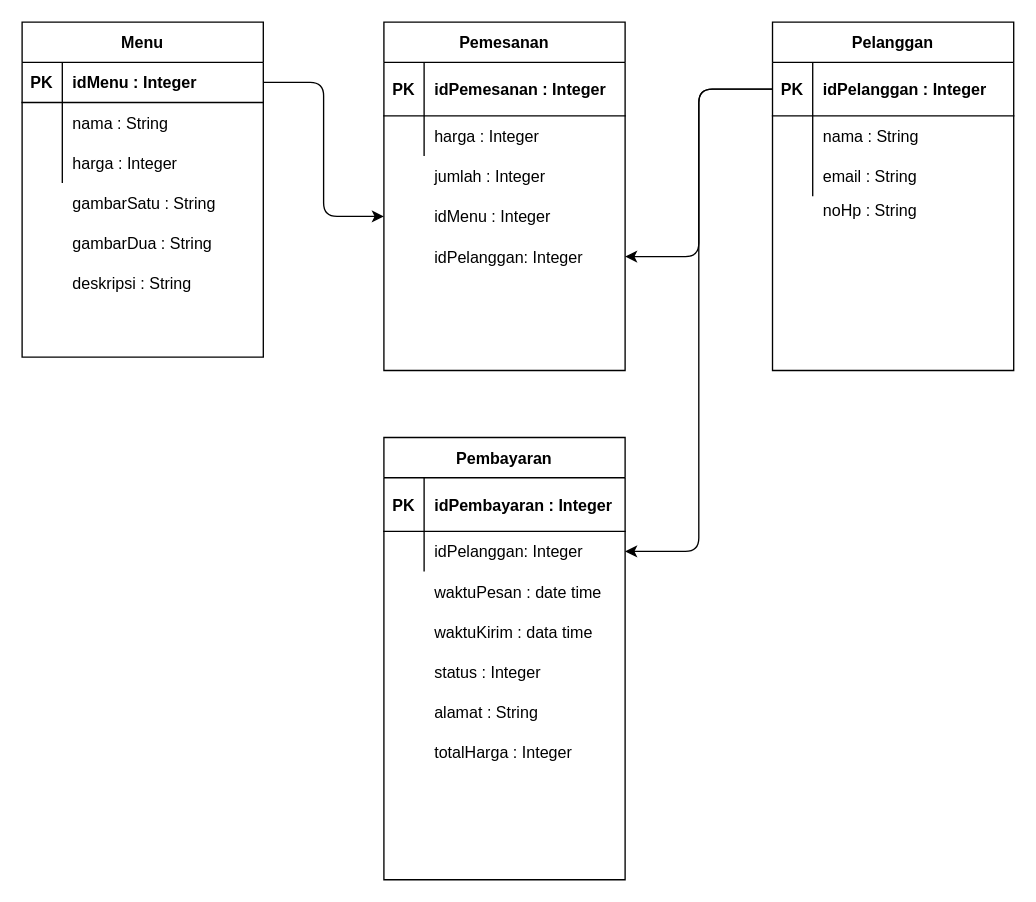
Above: page "TABLE" (3 of 3) of catering-master.drawio in osak22/kuro (draw.io), before the change. Source tidied: cells renumbered, new cells numbered last; positions are measured from the earlier drawing's top-left corner, leaving out a move shared by most shapes. Both pictures are drawn from the tidied source at 134%, with x=0, y=0 at pixel (21, 21).
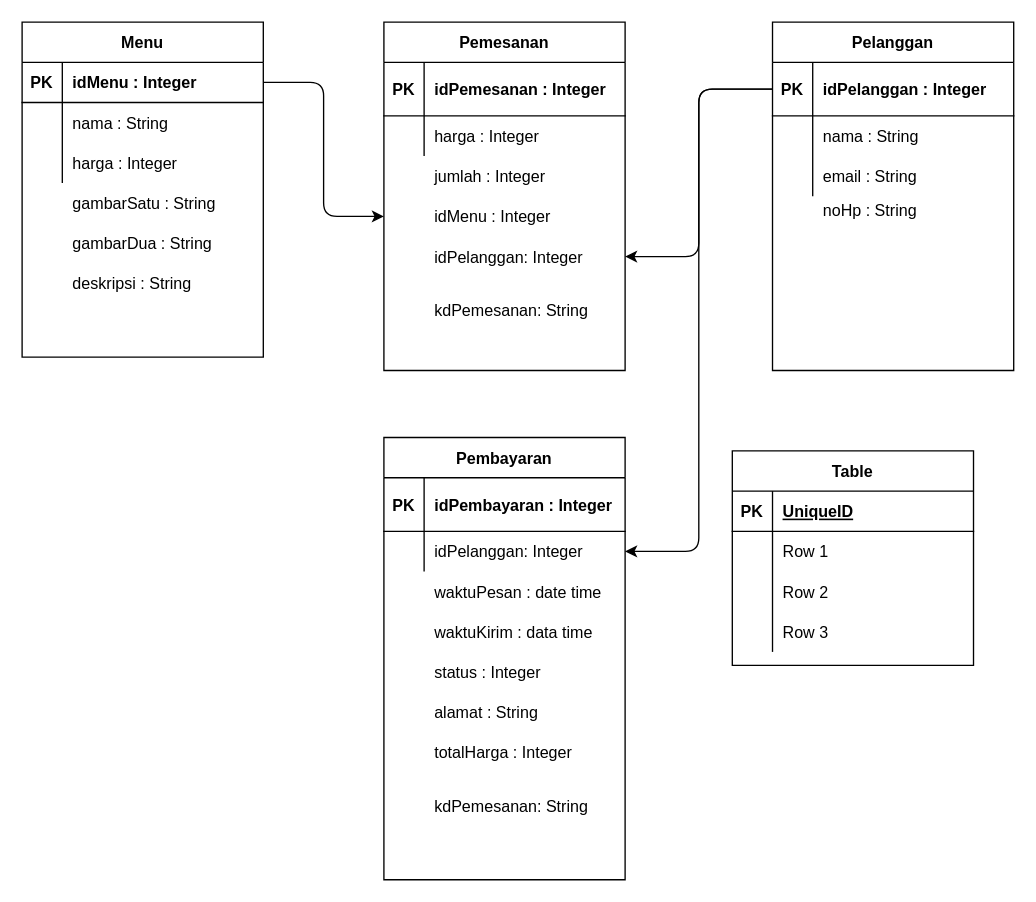
The same diagram, later.

Change to the diagram source:
```diff
@@
+    <mxCell id="87" value="Table" style="shape=table;startSize=30;childLayout=tableLayout;rowLines=0;fontStyle=1;align=center;" parent="1" vertex="1">
+      <mxGeometry x="530" y="320" width="180" height="160" as="geometry" />
+    </mxCell>
+    <mxCell id="88" style="shape=partialRectangle;fillColor=none;top=0;left=0;bottom=1;right=0;" parent="87" vertex="1">
+      <mxGeometry y="30" width="180" height="30" as="geometry" />
+    </mxCell>
+    <mxCell id="89" value="PK" style="shape=partialRectangle;fillColor=none;top=0;left=0;bottom=0;right=0;fontStyle=1;overflow=hidden;" parent="88" vertex="1">
+      <mxGeometry width="30" height="30" as="geometry" />
+    </mxCell>
+    <mxCell id="90" value="UniqueID" style="shape=partialRectangle;fillColor=none;top=0;left=0;bottom=0;right=0;align=left;spacingLeft=6;fontStyle=5;overflow=hidden;" parent="88" vertex="1">
+      <mxGeometry x="30" width="150" height="30" as="geometry" />
+    </mxCell>
+    <mxCell id="91" style="shape=partialRectangle;fillColor=none;top=0;left=0;bottom=0;right=0;" parent="87" vertex="1">
+      <mxGeometry y="60" width="180" height="30" as="geometry" />
+    </mxCell>
+    <mxCell id="92" style="shape=partialRectangle;fillColor=none;top=0;left=0;bottom=0;right=0;overflow=hidden;" parent="91" vertex="1">
+      <mxGeometry width="30" height="30" as="geometry" />
+    </mxCell>
+    <mxCell id="93" value="Row 1" style="shape=partialRectangle;fillColor=none;top=0;left=0;bottom=0;right=0;align=left;spacingLeft=6;overflow=hidden;" parent="91" vertex="1">
+      <mxGeometry x="30" width="150" height="30" as="geometry" />
+    </mxCell>
+    <mxCell id="94" style="shape=partialRectangle;fillColor=none;top=0;left=0;bottom=0;right=0;" parent="87" vertex="1">
+      <mxGeometry y="90" width="180" height="30" as="geometry" />
+    </mxCell>
+    <mxCell id="95" style="shape=partialRectangle;fillColor=none;top=0;left=0;bottom=0;right=0;overflow=hidden;" parent="94" vertex="1">
+      <mxGeometry width="30" height="30" as="geometry" />
+    </mxCell>
+    <mxCell id="96" value="Row 2" style="shape=partialRectangle;fillColor=none;top=0;left=0;bottom=0;right=0;align=left;spacingLeft=6;overflow=hidden;" parent="94" vertex="1">
+      <mxGeometry x="30" width="150" height="30" as="geometry" />
+    </mxCell>
+    <mxCell id="97" style="shape=partialRectangle;fillColor=none;top=0;left=0;bottom=0;right=0;" parent="87" vertex="1">
+      <mxGeometry y="120" width="180" height="30" as="geometry" />
+    </mxCell>
+    <mxCell id="98" style="shape=partialRectangle;fillColor=none;top=0;left=0;bottom=0;right=0;overflow=hidden;" parent="97" vertex="1">
+      <mxGeometry width="30" height="30" as="geometry" />
+    </mxCell>
+    <mxCell id="99" value="Row 3" style="shape=partialRectangle;fillColor=none;top=0;left=0;bottom=0;right=0;align=left;spacingLeft=6;overflow=hidden;" parent="97" vertex="1">
+      <mxGeometry x="30" width="150" height="30" as="geometry" />
+    </mxCell>
+    <mxCell id="100" style="shape=partialRectangle;fillColor=none;top=0;left=0;bottom=0;right=0;" parent="1" vertex="1">
+      <mxGeometry x="270" y="200" width="180" height="30" as="geometry" />
+    </mxCell>
+    <mxCell id="101" style="shape=partialRectangle;fillColor=none;top=0;left=0;bottom=0;right=0;overflow=hidden;" parent="100" vertex="1">
+      <mxGeometry width="30" height="30" as="geometry" />
+    </mxCell>
+    <mxCell id="102" value="kdPemesanan: String" style="shape=partialRectangle;fillColor=none;top=0;left=0;bottom=0;right=0;align=left;spacingLeft=6;overflow=hidden;" parent="100" vertex="1">
+      <mxGeometry x="30" width="150" height="30" as="geometry" />
+    </mxCell>
+    <mxCell id="103" style="shape=partialRectangle;fillColor=none;top=0;left=0;bottom=0;right=0;" parent="1" vertex="1">
+      <mxGeometry x="270" y="570" width="180" height="30" as="geometry" />
+    </mxCell>
+    <mxCell id="104" style="shape=partialRectangle;fillColor=none;top=0;left=0;bottom=0;right=0;overflow=hidden;" parent="103" vertex="1">
+      <mxGeometry width="30" height="30" as="geometry" />
+    </mxCell>
+    <mxCell id="105" value="kdPemesanan: String" style="shape=partialRectangle;fillColor=none;top=0;left=0;bottom=0;right=0;align=left;spacingLeft=6;overflow=hidden;" parent="103" vertex="1">
+      <mxGeometry x="30" width="150" height="30" as="geometry" />
+    </mxCell>
```
